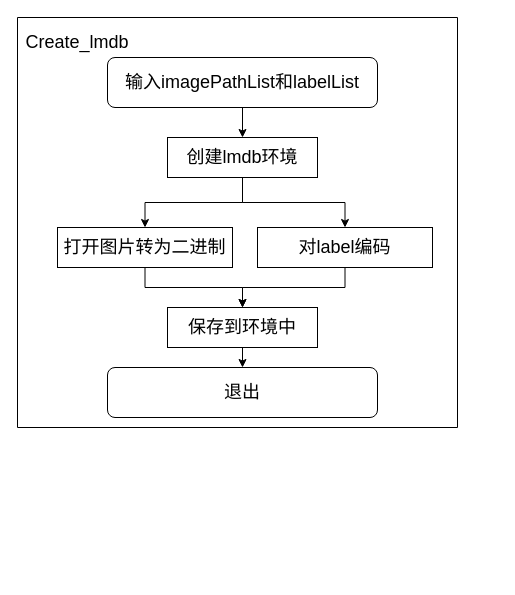
Dong-J93/_pictures keeps this draw.io diagram as thesis_data_create.drawio. Above is the earlier version. Source tidied: cells renumbered, new cells numbered last; positions are measured from the earlier drawing's top-left corner, leaving out a move shared by most shapes. Both pictures are drawn from the tidied source at 100%, with x=0, y=0 at pixel (17, 17).
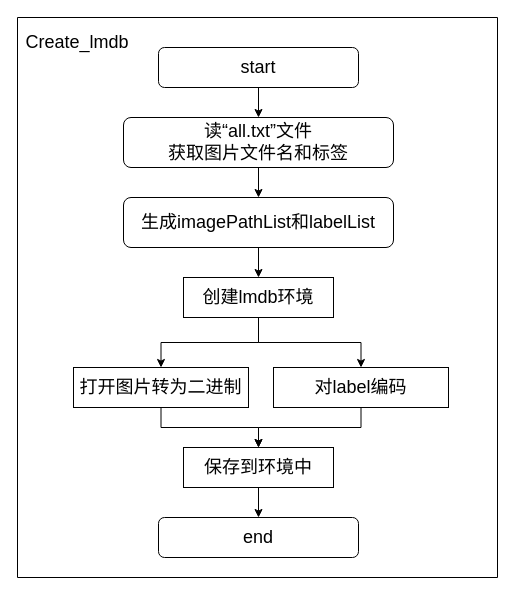
The same diagram, later.

Diff of the diagram source:
```diff
@@
 <mxGraphModel>
   <root>
     <mxCell id="0" />
     <mxCell id="1" parent="0" />
     <mxCell id="2" style="swimlane;startSize=0;" parent="1" vertex="1">
-      <mxGeometry width="440" height="410" as="geometry" />
+      <mxGeometry width="480" height="560" as="geometry" />
     </mxCell>
-    <mxCell id="3" style="edgeStyle=orthogonalEdgeStyle;rounded=0;jettySize=auto;html=1;" parent="2" edge="1" source="4" target="5">
-      <mxGeometry relative="1" as="geometry" />
-    </mxCell>
+    <mxCell id="9" value="&lt;font style=&quot;font-size: 18px;&quot;&gt;Create_lmdb&lt;/font&gt;" style="text;html=1;strokeColor=none;fillColor=none;align=center;verticalAlign=middle;whiteSpace=wrap;rounded=0;" parent="2" vertex="1">
+      <mxGeometry x="30" y="10" width="60" height="30" as="geometry" />
+    </mxCell>
+    <mxCell id="16" value="&lt;font style=&quot;font-size: 18px;&quot;&gt;end&lt;/font&gt;" style="rounded=1;whiteSpace=wrap;html=1;" parent="2" vertex="1">
+      <mxGeometry x="141" y="500" width="200" height="40" as="geometry" />
+    </mxCell>
+    <mxCell id="17" style="edgeStyle=orthogonalEdgeStyle;rounded=0;jettySize=auto;html=1;" parent="1" edge="1" source="4" target="22">
+      <mxGeometry relative="1" as="geometry" />
+    </mxCell>
-    <mxCell id="4" value="&lt;font style=&quot;font-size: 18px;&quot;&gt;输入imagePathList和labelList&lt;/font&gt;" style="rounded=1;whiteSpace=wrap;html=1;" parent="2" vertex="1">
-      <mxGeometry x="90" y="40" width="270" height="50" as="geometry" />
+    <mxCell id="4" value="&lt;font style=&quot;font-size: 18px;&quot;&gt;读“all.txt”文件&lt;br style=&quot;border-color: var(--border-color);&quot;&gt;获取图片文件名和标签&lt;br&gt;&lt;/font&gt;" style="rounded=1;whiteSpace=wrap;html=1;" parent="1" vertex="1">
+      <mxGeometry x="106" y="100" width="270" height="50" as="geometry" />
     </mxCell>
-    <mxCell id="5" value="&lt;font style=&quot;font-size: 18px;&quot;&gt;创建lmdb环境&lt;/font&gt;" style="rounded=0;whiteSpace=wrap;html=1;" parent="2" vertex="1">
-      <mxGeometry x="150" y="120" width="150" height="40" as="geometry" />
+    <mxCell id="5" value="&lt;font style=&quot;font-size: 18px;&quot;&gt;创建lmdb环境&lt;/font&gt;" style="rounded=0;whiteSpace=wrap;html=1;" parent="1" vertex="1">
+      <mxGeometry x="166" y="260" width="150" height="40" as="geometry" />
     </mxCell>
-    <mxCell id="6" style="edgeStyle=orthogonalEdgeStyle;rounded=0;jettySize=auto;html=1;exitX=0.5;exitY=1;exitDx=0;exitDy=0;entryX=0.5;entryY=0;entryDx=0;entryDy=0;" parent="2" edge="1" source="7" target="14">
+    <mxCell id="6" style="edgeStyle=orthogonalEdgeStyle;rounded=0;jettySize=auto;html=1;exitX=0.5;exitY=1;exitDx=0;exitDy=0;entryX=0.5;entryY=0;entryDx=0;entryDy=0;" parent="1" edge="1" source="7" target="14">
       <mxGeometry relative="1" as="geometry" />
     </mxCell>
-    <mxCell id="7" value="&lt;font style=&quot;font-size: 18px;&quot;&gt;打开图片转为二进制&lt;/font&gt;" style="rounded=0;whiteSpace=wrap;html=1;" parent="2" vertex="1">
-      <mxGeometry x="40" y="210" width="175" height="40" as="geometry" />
+    <mxCell id="7" value="&lt;font style=&quot;font-size: 18px;&quot;&gt;打开图片转为二进制&lt;/font&gt;" style="rounded=0;whiteSpace=wrap;html=1;" parent="1" vertex="1">
+      <mxGeometry x="56" y="350" width="175" height="40" as="geometry" />
     </mxCell>
-    <mxCell id="8" style="edgeStyle=orthogonalEdgeStyle;rounded=0;jettySize=auto;html=1;" parent="2" edge="1" source="5" target="7">
+    <mxCell id="8" style="edgeStyle=orthogonalEdgeStyle;rounded=0;jettySize=auto;html=1;" parent="1" edge="1" source="5" target="7">
       <mxGeometry relative="1" as="geometry" />
     </mxCell>
-    <mxCell id="9" value="&lt;font style=&quot;font-size: 18px;&quot;&gt;Create_lmdb&lt;/font&gt;" style="text;html=1;strokeColor=none;fillColor=none;align=center;verticalAlign=middle;whiteSpace=wrap;rounded=0;" parent="2" vertex="1">
-      <mxGeometry x="30" y="10" width="60" height="30" as="geometry" />
-    </mxCell>
-    <mxCell id="10" style="edgeStyle=orthogonalEdgeStyle;rounded=0;jettySize=auto;html=1;" parent="2" edge="1" source="11" target="14">
+    <mxCell id="10" style="edgeStyle=orthogonalEdgeStyle;rounded=0;jettySize=auto;html=1;" parent="1" edge="1" source="11" target="14">
       <mxGeometry relative="1" as="geometry" />
     </mxCell>
-    <mxCell id="11" value="&lt;font style=&quot;font-size: 18px;&quot;&gt;对label编码&lt;/font&gt;" style="rounded=0;whiteSpace=wrap;html=1;" parent="2" vertex="1">
-      <mxGeometry x="240" y="210" width="175" height="40" as="geometry" />
+    <mxCell id="11" value="&lt;font style=&quot;font-size: 18px;&quot;&gt;对label编码&lt;/font&gt;" style="rounded=0;whiteSpace=wrap;html=1;" parent="1" vertex="1">
+      <mxGeometry x="256" y="350" width="175" height="40" as="geometry" />
     </mxCell>
-    <mxCell id="12" style="edgeStyle=orthogonalEdgeStyle;rounded=0;jettySize=auto;html=1;entryX=0.5;entryY=0;entryDx=0;entryDy=0;exitX=0.5;exitY=1;exitDx=0;exitDy=0;" parent="2" edge="1" source="5" target="11">
+    <mxCell id="12" style="edgeStyle=orthogonalEdgeStyle;rounded=0;jettySize=auto;html=1;entryX=0.5;entryY=0;entryDx=0;entryDy=0;exitX=0.5;exitY=1;exitDx=0;exitDy=0;" parent="1" edge="1" source="5" target="11">
       <mxGeometry relative="1" as="geometry" />
     </mxCell>
-    <mxCell id="13" style="edgeStyle=orthogonalEdgeStyle;rounded=0;jettySize=auto;html=1;exitX=0.5;exitY=1;exitDx=0;exitDy=0;entryX=0.5;entryY=0;entryDx=0;entryDy=0;" parent="2" edge="1" source="14" target="15">
-      <mxGeometry relative="1" as="geometry" />
-    </mxCell>
+    <mxCell id="18" style="edgeStyle=orthogonalEdgeStyle;rounded=0;jettySize=auto;html=1;" parent="1" edge="1" source="14" target="16">
+      <mxGeometry relative="1" as="geometry" />
+    </mxCell>
-    <mxCell id="14" value="&lt;font style=&quot;font-size: 18px;&quot;&gt;保存到环境中&lt;/font&gt;" style="rounded=0;whiteSpace=wrap;html=1;" parent="2" vertex="1">
-      <mxGeometry x="150" y="290" width="150" height="40" as="geometry" />
+    <mxCell id="14" value="&lt;font style=&quot;font-size: 18px;&quot;&gt;保存到环境中&lt;/font&gt;" style="rounded=0;whiteSpace=wrap;html=1;" parent="1" vertex="1">
+      <mxGeometry x="166" y="430" width="150" height="40" as="geometry" />
     </mxCell>
-    <mxCell id="15" value="&lt;font style=&quot;font-size: 18px;&quot;&gt;退出&lt;/font&gt;" style="rounded=1;whiteSpace=wrap;html=1;" parent="2" vertex="1">
-      <mxGeometry x="90" y="350" width="270" height="50" as="geometry" />
-    </mxCell>
+    <mxCell id="19" style="edgeStyle=orthogonalEdgeStyle;rounded=0;jettySize=auto;html=1;" parent="1" edge="1" source="20" target="4">
+      <mxGeometry relative="1" as="geometry" />
+    </mxCell>
+    <mxCell id="20" value="&lt;font style=&quot;font-size: 18px;&quot;&gt;start&lt;/font&gt;" style="rounded=1;whiteSpace=wrap;html=1;" parent="1" vertex="1">
+      <mxGeometry x="141" y="30" width="200" height="40" as="geometry" />
+    </mxCell>
+    <mxCell id="21" style="edgeStyle=orthogonalEdgeStyle;rounded=0;jettySize=auto;html=1;" parent="1" edge="1" source="22" target="5">
+      <mxGeometry relative="1" as="geometry" />
+    </mxCell>
+    <mxCell id="22" value="&lt;font style=&quot;font-size: 18px;&quot;&gt;生成imagePathList和labelList&lt;br&gt;&lt;/font&gt;" style="rounded=1;whiteSpace=wrap;html=1;" parent="1" vertex="1">
+      <mxGeometry x="106" y="180" width="270" height="50" as="geometry" />
+    </mxCell>
   </root>
 </mxGraphModel>
```
